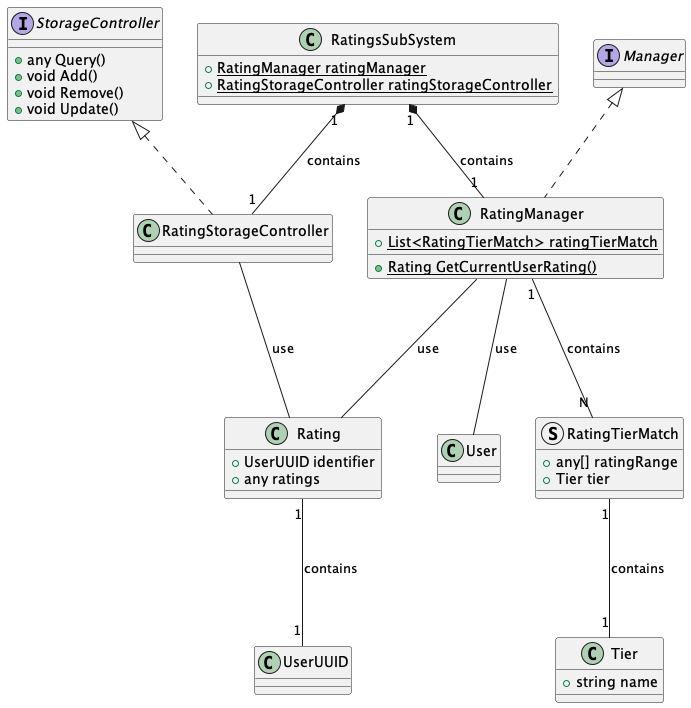
Before: rendered/Ratings.png, a diagram exported from PlantUML (ShapeLayer/se-lecture-task__project-structure-definitions).
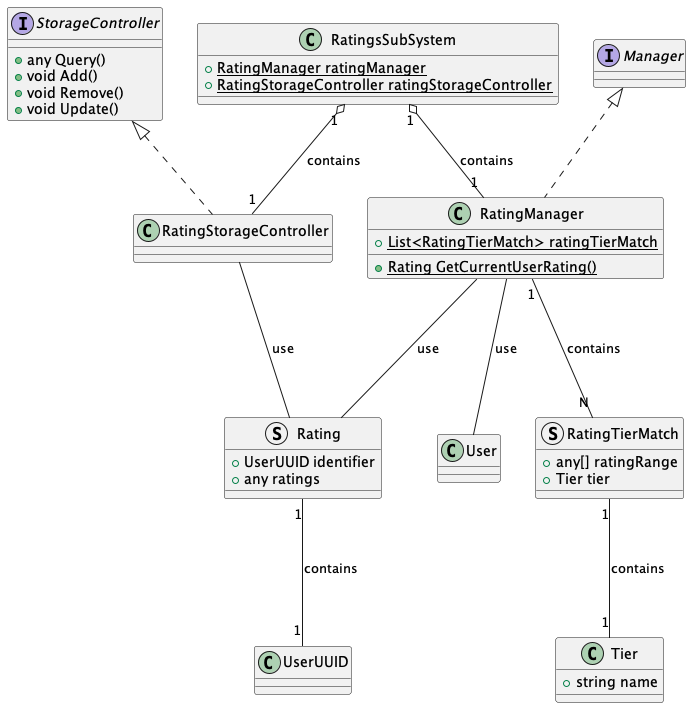
After the change.

The edit, as a diff of the source:
```diff
@@ -17,7 +17,7 @@
 }
 RatingTierMatch "1" --- "1" Tier : contains
 
-class Rating {
+struct Rating {
     + UserUUID identifier
     + any ratings
 }
@@ -39,7 +39,7 @@
     + {static} RatingStorageController ratingStorageController
 }
 
-RatingsSubSystem "1" *-- "1" RatingManager : contains
-RatingsSubSystem "1" *-- "1" RatingStorageController : contains
+RatingsSubSystem "1" o-- "1" RatingManager : contains
+RatingsSubSystem "1" o-- "1" RatingStorageController : contains
 
 @enduml
```
